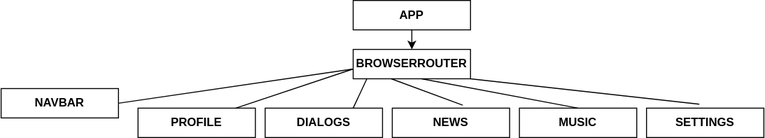
This is structure.drawio.svg from Valkiria0000/social, a draw.io export, as it was before one commit. Source tidied: cells renumbered, new cells last; positions are measured from the earlier drawing's top-left corner, leaving out a move shared by most shapes.
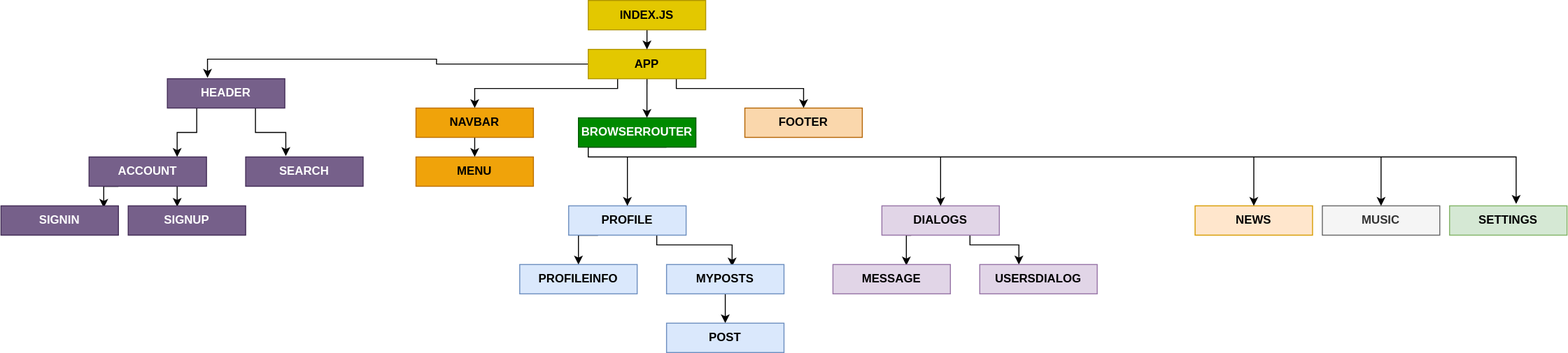
The same diagram one commit later.

What changed in the source:
```diff
@@ -2,60 +2,162 @@
   <root>
     <mxCell id="0" />
     <mxCell id="1" parent="0" />
+    <mxCell id="17" style="edgeStyle=orthogonalEdgeStyle;rounded=0;jettySize=auto;html=1;exitX=0.25;exitY=1;exitDx=0;exitDy=0;entryX=0.5;entryY=0;entryDx=0;entryDy=0;" parent="1" edge="1" source="3" target="7">
+      <mxGeometry relative="1" as="geometry">
+        <Array as="points">
+          <mxPoint x="460" y="40" />
+          <mxPoint x="314" y="40" />
+        </Array>
+      </mxGeometry>
+    </mxCell>
+    <mxCell id="18" style="edgeStyle=orthogonalEdgeStyle;rounded=0;jettySize=auto;html=1;exitX=0.75;exitY=1;exitDx=0;exitDy=0;" parent="1" edge="1" source="3" target="36">
+      <mxGeometry relative="1" as="geometry">
+        <Array as="points">
+          <mxPoint x="520" y="40" />
+          <mxPoint x="650" y="40" />
+        </Array>
+      </mxGeometry>
+    </mxCell>
+    <mxCell id="19" style="edgeStyle=orthogonalEdgeStyle;rounded=0;jettySize=auto;html=1;exitX=0;exitY=0.5;exitDx=0;exitDy=0;entryX=0.342;entryY=-0.033;entryDx=0;entryDy=0;entryPerimeter=0;" parent="1" edge="1" source="3" target="35">
+      <mxGeometry relative="1" as="geometry" />
+    </mxCell>
-    <mxCell id="2" style="edgeStyle=orthogonalEdgeStyle;rounded=0;jettySize=auto;html=1;exitX=0.5;exitY=1;exitDx=0;exitDy=0;entryX=0.5;entryY=0;entryDx=0;entryDy=0;" parent="1" edge="1" source="3" target="4">
+    <mxCell id="2" style="edgeStyle=orthogonalEdgeStyle;rounded=0;jettySize=auto;html=1;exitX=0.5;exitY=1;exitDx=0;exitDy=0;entryX=0.583;entryY=0;entryDx=0;entryDy=0;entryPerimeter=0;" parent="1" edge="1" source="3" target="4">
       <mxGeometry relative="1" as="geometry" />
     </mxCell>
-    <mxCell id="3" value="&lt;b&gt;APP&lt;/b&gt;" style="rounded=0;whiteSpace=wrap;html=1;" parent="1" vertex="1">
-      <mxGeometry x="360" width="120" height="30" as="geometry" />
+    <mxCell id="3" value="&lt;b&gt;APP&lt;/b&gt;" style="rounded=0;whiteSpace=wrap;html=1;labelBackgroundColor=none;fillColor=#e3c800;strokeColor=#B09500;fontColor=#000000;" parent="1" vertex="1">
+      <mxGeometry x="430" width="120" height="30" as="geometry" />
     </mxCell>
+    <mxCell id="20" style="edgeStyle=orthogonalEdgeStyle;rounded=0;jettySize=auto;html=1;exitX=0.75;exitY=1;exitDx=0;exitDy=0;entryX=0.567;entryY=-0.067;entryDx=0;entryDy=0;entryPerimeter=0;" parent="1" edge="1" source="4" target="10">
+      <mxGeometry relative="1" as="geometry">
+        <Array as="points">
+          <mxPoint x="430" y="100" />
+          <mxPoint x="430" y="110" />
+          <mxPoint x="1378" y="110" />
+        </Array>
+      </mxGeometry>
+    </mxCell>
-    <mxCell id="4" value="&lt;b&gt;BROWSERROUTER&lt;/b&gt;" style="rounded=0;whiteSpace=wrap;html=1;" parent="1" vertex="1">
-      <mxGeometry x="360" y="50" width="120" height="30" as="geometry" />
+    <mxCell id="4" value="&lt;b&gt;BROWSERROUTER&lt;/b&gt;" style="rounded=0;whiteSpace=wrap;html=1;fillColor=#008a00;strokeColor=#005700;fontColor=#ffffff;" parent="1" vertex="1">
+      <mxGeometry x="420" y="70" width="120" height="30" as="geometry" />
     </mxCell>
+    <mxCell id="21" style="edgeStyle=orthogonalEdgeStyle;rounded=0;jettySize=auto;html=1;exitX=0.25;exitY=1;exitDx=0;exitDy=0;entryX=0.5;entryY=0;entryDx=0;entryDy=0;" parent="1" edge="1" source="5" target="31">
+      <mxGeometry relative="1" as="geometry" />
+    </mxCell>
+    <mxCell id="22" style="edgeStyle=orthogonalEdgeStyle;rounded=0;jettySize=auto;html=1;exitX=0.75;exitY=1;exitDx=0;exitDy=0;entryX=0.558;entryY=0.067;entryDx=0;entryDy=0;entryPerimeter=0;" parent="1" edge="1" source="5" target="29">
+      <mxGeometry relative="1" as="geometry">
+        <Array as="points">
+          <mxPoint x="500" y="200" />
+          <mxPoint x="577" y="200" />
+        </Array>
+      </mxGeometry>
+    </mxCell>
-    <mxCell id="5" value="&lt;b&gt;PROFILE&lt;/b&gt;" style="rounded=0;whiteSpace=wrap;html=1;" parent="1" vertex="1">
-      <mxGeometry x="140" y="110" width="120" height="30" as="geometry" />
+    <mxCell id="5" value="&lt;b&gt;PROFILE&lt;/b&gt;" style="rounded=0;whiteSpace=wrap;html=1;fillColor=#dae8fc;strokeColor=#6c8ebf;" parent="1" vertex="1">
+      <mxGeometry x="410" y="160" width="120" height="30" as="geometry" />
     </mxCell>
+    <mxCell id="23" style="edgeStyle=orthogonalEdgeStyle;rounded=0;jettySize=auto;html=1;exitX=0.25;exitY=1;exitDx=0;exitDy=0;entryX=0.625;entryY=0.033;entryDx=0;entryDy=0;entryPerimeter=0;" parent="1" edge="1" source="6" target="43">
+      <mxGeometry relative="1" as="geometry" />
+    </mxCell>
+    <mxCell id="24" style="edgeStyle=orthogonalEdgeStyle;rounded=0;jettySize=auto;html=1;exitX=0.75;exitY=1;exitDx=0;exitDy=0;entryX=0.333;entryY=0;entryDx=0;entryDy=0;entryPerimeter=0;" parent="1" edge="1" source="6" target="44">
+      <mxGeometry relative="1" as="geometry">
+        <Array as="points">
+          <mxPoint x="820" y="200" />
+          <mxPoint x="870" y="200" />
+        </Array>
+      </mxGeometry>
+    </mxCell>
-    <mxCell id="6" value="&lt;b&gt;DIALOGS&lt;/b&gt;" style="rounded=0;whiteSpace=wrap;html=1;" parent="1" vertex="1">
-      <mxGeometry x="270" y="110" width="120" height="30" as="geometry" />
+    <mxCell id="6" value="&lt;b&gt;DIALOGS&lt;/b&gt;" style="rounded=0;whiteSpace=wrap;html=1;fillColor=#e1d5e7;strokeColor=#9673a6;" parent="1" vertex="1">
+      <mxGeometry x="730" y="160" width="120" height="30" as="geometry" />
     </mxCell>
+    <mxCell id="25" style="edgeStyle=orthogonalEdgeStyle;rounded=0;jettySize=auto;html=1;exitX=0.5;exitY=1;exitDx=0;exitDy=0;entryX=0.5;entryY=0;entryDx=0;entryDy=0;" parent="1" edge="1" source="7" target="32">
+      <mxGeometry relative="1" as="geometry" />
+    </mxCell>
-    <mxCell id="7" value="&lt;b&gt;NAVBAR&lt;/b&gt;" style="rounded=0;whiteSpace=wrap;html=1;" parent="1" vertex="1">
-      <mxGeometry y="90" width="120" height="30" as="geometry" />
+    <mxCell id="7" value="&lt;b&gt;NAVBAR&lt;/b&gt;" style="rounded=0;whiteSpace=wrap;html=1;fillColor=#f0a30a;strokeColor=#BD7000;fontColor=#000000;" parent="1" vertex="1">
+      <mxGeometry x="254" y="60" width="120" height="30" as="geometry" />
     </mxCell>
-    <mxCell id="8" value="&lt;b&gt;NEWS&lt;/b&gt;" style="rounded=0;whiteSpace=wrap;html=1;" parent="1" vertex="1">
-      <mxGeometry x="400" y="110" width="120" height="30" as="geometry" />
+    <mxCell id="8" value="&lt;b&gt;NEWS&lt;/b&gt;" style="rounded=0;whiteSpace=wrap;html=1;fillColor=#ffe6cc;strokeColor=#d79b00;" parent="1" vertex="1">
+      <mxGeometry x="1050" y="160" width="120" height="30" as="geometry" />
     </mxCell>
-    <mxCell id="9" value="&lt;b&gt;MUSIC&lt;/b&gt;" style="rounded=0;whiteSpace=wrap;html=1;" parent="1" vertex="1">
-      <mxGeometry x="530" y="110" width="120" height="30" as="geometry" />
+    <mxCell id="9" value="&lt;b&gt;MUSIC&lt;/b&gt;" style="rounded=0;whiteSpace=wrap;html=1;fillColor=#f5f5f5;strokeColor=#666666;fontColor=#333333;" parent="1" vertex="1">
+      <mxGeometry x="1180" y="160" width="120" height="30" as="geometry" />
     </mxCell>
-    <mxCell id="10" value="&lt;b&gt;SETTINGS&lt;/b&gt;" style="rounded=0;whiteSpace=wrap;html=1;" parent="1" vertex="1">
-      <mxGeometry x="660" y="110" width="120" height="30" as="geometry" />
+    <mxCell id="10" value="&lt;b&gt;SETTINGS&lt;/b&gt;" style="rounded=0;whiteSpace=wrap;html=1;fillColor=#d5e8d4;strokeColor=#82b366;" parent="1" vertex="1">
+      <mxGeometry x="1310" y="160" width="120" height="30" as="geometry" />
     </mxCell>
-    <mxCell id="11" style="endArrow=none;html=1;rounded=0;exitX=1;exitY=0.5;exitDx=0;exitDy=0;" parent="1" edge="1" source="7">
-      <mxGeometry relative="1" as="geometry">
-        <mxPoint x="360" y="70" as="targetPoint" />
-      </mxGeometry>
-    </mxCell>
-    <mxCell id="12" style="endArrow=none;html=1;rounded=0;exitX=0.833;exitY=0;exitDx=0;exitDy=0;exitPerimeter=0;" parent="1" edge="1" source="5">
-      <mxGeometry relative="1" as="geometry">
-        <mxPoint x="360" y="70" as="targetPoint" />
-      </mxGeometry>
-    </mxCell>
-    <mxCell id="13" style="endArrow=none;html=1;rounded=0;exitX=0.75;exitY=0;exitDx=0;exitDy=0;" parent="1" edge="1" source="6">
-      <mxGeometry relative="1" as="geometry">
-        <mxPoint x="374" y="80" as="targetPoint" />
-      </mxGeometry>
-    </mxCell>
-    <mxCell id="14" style="endArrow=none;html=1;rounded=0;exitX=0.6;exitY=-0.1;exitDx=0;exitDy=0;exitPerimeter=0;" parent="1" edge="1" source="8">
-      <mxGeometry relative="1" as="geometry">
-        <mxPoint x="399" y="80" as="targetPoint" />
-      </mxGeometry>
-    </mxCell>
-    <mxCell id="15" style="endArrow=none;html=1;rounded=0;exitX=0.5;exitY=0;exitDx=0;exitDy=0;exitPerimeter=0;" parent="1" edge="1" source="9">
-      <mxGeometry relative="1" as="geometry">
-        <mxPoint x="430" y="80" as="targetPoint" />
-      </mxGeometry>
-    </mxCell>
-    <mxCell id="16" style="endArrow=none;html=1;rounded=0;entryX=1;entryY=1;entryDx=0;entryDy=0;exitX=0.45;exitY=-0.133;exitDx=0;exitDy=0;exitPerimeter=0;" parent="1" edge="1" source="10" target="4">
-      <mxGeometry relative="1" as="geometry" />
-    </mxCell>
+    <mxCell id="26" style="edgeStyle=orthogonalEdgeStyle;rounded=0;jettySize=auto;html=1;exitX=0.5;exitY=1;exitDx=0;exitDy=0;entryX=0.5;entryY=0;entryDx=0;entryDy=0;" parent="1" edge="1" source="27" target="3">
+      <mxGeometry relative="1" as="geometry" />
+    </mxCell>
+    <mxCell id="27" value="&lt;b&gt;INDEX.JS&lt;/b&gt;" style="rounded=0;whiteSpace=wrap;html=1;fillColor=#e3c800;strokeColor=#B09500;fontColor=#000000;" parent="1" vertex="1">
+      <mxGeometry x="430" y="-50" width="120" height="30" as="geometry" />
+    </mxCell>
+    <mxCell id="28" style="edgeStyle=orthogonalEdgeStyle;rounded=0;jettySize=auto;html=1;exitX=0.5;exitY=1;exitDx=0;exitDy=0;entryX=0.5;entryY=0;entryDx=0;entryDy=0;" parent="1" edge="1" source="29" target="30">
+      <mxGeometry relative="1" as="geometry" />
+    </mxCell>
+    <mxCell id="29" value="&lt;b&gt;MYPOSTS&lt;/b&gt;" style="rounded=0;whiteSpace=wrap;html=1;fillColor=#dae8fc;strokeColor=#6c8ebf;" parent="1" vertex="1">
+      <mxGeometry x="510" y="220" width="120" height="30" as="geometry" />
+    </mxCell>
+    <mxCell id="30" value="&lt;b&gt;POST&lt;/b&gt;" style="rounded=0;whiteSpace=wrap;html=1;fillColor=#dae8fc;strokeColor=#6c8ebf;" parent="1" vertex="1">
+      <mxGeometry x="510" y="280" width="120" height="30" as="geometry" />
+    </mxCell>
+    <mxCell id="31" value="&lt;b&gt;PROFILEINFO&lt;/b&gt;" style="rounded=0;whiteSpace=wrap;html=1;fillColor=#dae8fc;strokeColor=#6c8ebf;" parent="1" vertex="1">
+      <mxGeometry x="360" y="220" width="120" height="30" as="geometry" />
+    </mxCell>
+    <mxCell id="32" value="&lt;b&gt;MENU&lt;/b&gt;" style="rounded=0;whiteSpace=wrap;html=1;fillColor=#f0a30a;strokeColor=#BD7000;fontColor=#000000;" parent="1" vertex="1">
+      <mxGeometry x="254" y="110" width="120" height="30" as="geometry" />
+    </mxCell>
+    <mxCell id="33" style="edgeStyle=orthogonalEdgeStyle;rounded=0;jettySize=auto;html=1;exitX=0.25;exitY=1;exitDx=0;exitDy=0;entryX=0.75;entryY=0;entryDx=0;entryDy=0;" parent="1" edge="1" source="35" target="39">
+      <mxGeometry relative="1" as="geometry" />
+    </mxCell>
+    <mxCell id="34" style="edgeStyle=orthogonalEdgeStyle;rounded=0;jettySize=auto;html=1;exitX=0.75;exitY=1;exitDx=0;exitDy=0;entryX=0.342;entryY=-0.033;entryDx=0;entryDy=0;entryPerimeter=0;" parent="1" edge="1" source="35" target="40">
+      <mxGeometry relative="1" as="geometry" />
+    </mxCell>
+    <mxCell id="35" value="&lt;b&gt;HEADER&lt;/b&gt;" style="rounded=0;whiteSpace=wrap;html=1;fillColor=#76608a;strokeColor=#432D57;fontColor=#ffffff;" parent="1" vertex="1">
+      <mxGeometry y="30" width="120" height="30" as="geometry" />
+    </mxCell>
+    <mxCell id="36" value="&lt;b&gt;FOOTER&lt;/b&gt;" style="rounded=0;whiteSpace=wrap;html=1;fillColor=#fad7ac;strokeColor=#b46504;" parent="1" vertex="1">
+      <mxGeometry x="590" y="60" width="120" height="30" as="geometry" />
+    </mxCell>
+    <mxCell id="37" style="edgeStyle=orthogonalEdgeStyle;rounded=0;jettySize=auto;html=1;exitX=0.25;exitY=1;exitDx=0;exitDy=0;entryX=0.875;entryY=0.067;entryDx=0;entryDy=0;entryPerimeter=0;" parent="1" edge="1" source="39" target="41">
+      <mxGeometry relative="1" as="geometry" />
+    </mxCell>
+    <mxCell id="38" style="edgeStyle=orthogonalEdgeStyle;rounded=0;jettySize=auto;html=1;exitX=0.75;exitY=1;exitDx=0;exitDy=0;entryX=0.417;entryY=0.033;entryDx=0;entryDy=0;entryPerimeter=0;" parent="1" edge="1" source="39" target="42">
+      <mxGeometry relative="1" as="geometry" />
+    </mxCell>
+    <mxCell id="39" value="&lt;b&gt;ACCOUNT&lt;/b&gt;" style="rounded=0;whiteSpace=wrap;html=1;fillColor=#76608a;strokeColor=#432D57;fontColor=#ffffff;" parent="1" vertex="1">
+      <mxGeometry x="-80" y="110" width="120" height="30" as="geometry" />
+    </mxCell>
+    <mxCell id="40" value="&lt;b&gt;SEARCH&lt;/b&gt;" style="rounded=0;whiteSpace=wrap;html=1;fillColor=#76608a;strokeColor=#432D57;fontColor=#ffffff;" parent="1" vertex="1">
+      <mxGeometry x="80" y="110" width="120" height="30" as="geometry" />
+    </mxCell>
+    <mxCell id="41" value="&lt;b&gt;SIGNIN&lt;/b&gt;" style="rounded=0;whiteSpace=wrap;html=1;fillColor=#76608a;strokeColor=#432D57;fontColor=#ffffff;" parent="1" vertex="1">
+      <mxGeometry x="-170" y="160" width="120" height="30" as="geometry" />
+    </mxCell>
+    <mxCell id="42" value="&lt;b&gt;SIGNUP&lt;/b&gt;" style="rounded=0;whiteSpace=wrap;html=1;fillColor=#76608a;strokeColor=#432D57;fontColor=#ffffff;" parent="1" vertex="1">
+      <mxGeometry x="-40" y="160" width="120" height="30" as="geometry" />
+    </mxCell>
+    <mxCell id="43" value="&lt;b&gt;MESSAGE&lt;/b&gt;" style="rounded=0;whiteSpace=wrap;html=1;fillColor=#e1d5e7;strokeColor=#9673a6;" parent="1" vertex="1">
+      <mxGeometry x="680" y="220" width="120" height="30" as="geometry" />
+    </mxCell>
+    <mxCell id="44" value="&lt;b&gt;USERSDIALOG&lt;/b&gt;" style="rounded=0;whiteSpace=wrap;html=1;fillColor=#e1d5e7;strokeColor=#9673a6;" parent="1" vertex="1">
+      <mxGeometry x="830" y="220" width="120" height="30" as="geometry" />
+    </mxCell>
+    <mxCell id="45" style="endArrow=classic;html=1;rounded=0;" parent="1" edge="1" target="9">
+      <mxGeometry relative="1" as="geometry">
+        <mxPoint x="1240" y="110" as="sourcePoint" />
+      </mxGeometry>
+    </mxCell>
+    <mxCell id="46" style="endArrow=classic;html=1;rounded=0;entryX=0.5;entryY=0;entryDx=0;entryDy=0;" parent="1" edge="1" target="8">
+      <mxGeometry relative="1" as="geometry">
+        <mxPoint x="1110" y="110" as="sourcePoint" />
+      </mxGeometry>
+    </mxCell>
+    <mxCell id="47" style="endArrow=classic;html=1;rounded=0;entryX=0.5;entryY=0;entryDx=0;entryDy=0;" parent="1" edge="1" target="6">
+      <mxGeometry relative="1" as="geometry">
+        <mxPoint x="790" y="110" as="sourcePoint" />
+      </mxGeometry>
+    </mxCell>
+    <mxCell id="48" style="endArrow=classic;html=1;rounded=0;entryX=0.5;entryY=0;entryDx=0;entryDy=0;" parent="1" edge="1" target="5">
+      <mxGeometry relative="1" as="geometry">
+        <mxPoint x="470" y="110" as="sourcePoint" />
+      </mxGeometry>
+    </mxCell>
   </root>
 </mxGraphModel>
```
